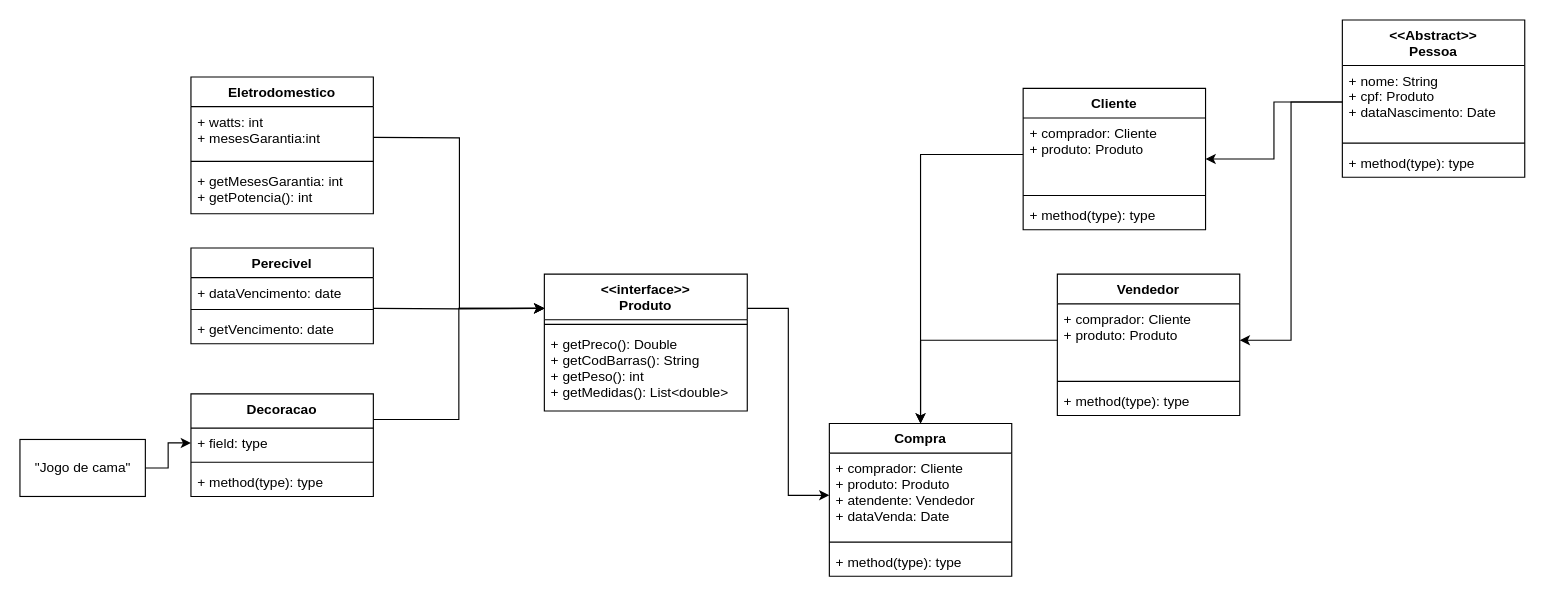
jovi-j/projeto-lp2 keeps this draw.io diagram as ProjetoLP2.drawio. Above is the earlier version. Source tidied: cells renumbered, new cells numbered last; positions are measured from the earlier drawing's top-left corner, leaving out a move shared by most shapes. Both pictures are drawn from the tidied source at 114%, with x=0, y=0 at pixel (19, 19).
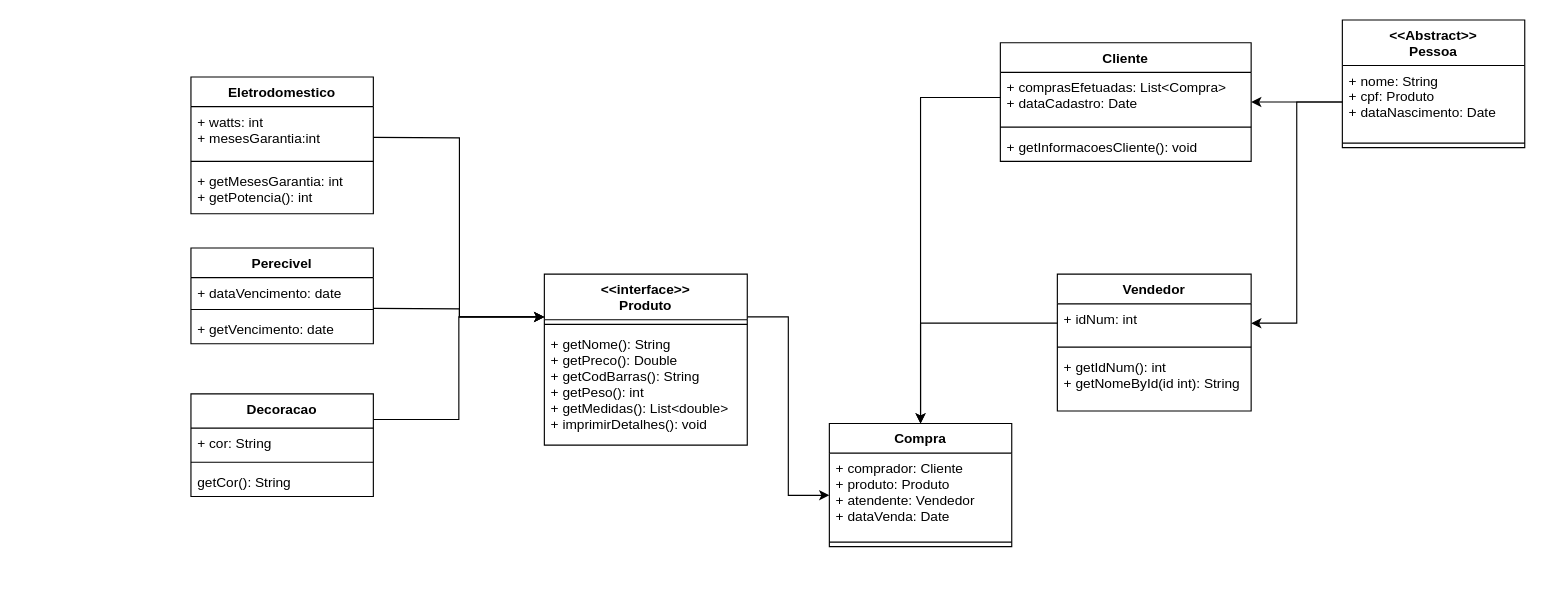
The same page after the edit.

What changed in the source:
```diff
@@
     <mxCell id="3" value="&lt;&lt;interface&gt;&gt;&#10;Produto" style="swimlane;fontStyle=1;align=center;verticalAlign=top;horizontal=1;startSize=40;" parent="1" vertex="1">
-      <mxGeometry x="460" y="223" width="178" height="120" as="geometry" />
+      <mxGeometry x="460" y="223" width="178" height="150" as="geometry" />
     </mxCell>
@@
-    <mxCell id="5" value="+ getPreco(): Double&#10;+ getCodBarras(): String&#10;+ getPeso(): int&#10;+ getMedidas(): List&lt;double&gt;&#10;" style="text;strokeColor=none;fillColor=none;align=left;verticalAlign=top;spacingLeft=4;spacingRight=4;overflow=hidden;" parent="3" vertex="1">
-      <mxGeometry y="48" width="178" height="72" as="geometry" />
+    <mxCell id="5" value="+ getNome(): String&#10;+ getPreco(): Double&#10;+ getCodBarras(): String&#10;+ getPeso(): int&#10;+ getMedidas(): List&lt;double&gt;&#10;+ imprimirDetalhes(): void&#10;" style="text;strokeColor=none;fillColor=none;align=left;verticalAlign=top;spacingLeft=4;spacingRight=4;overflow=hidden;" parent="3" vertex="1">
+      <mxGeometry y="48" width="178" height="102" as="geometry" />
     </mxCell>
@@
-    <mxCell id="9" value="Decoracao&#10;" style="swimlane;fontStyle=1;align=center;verticalAlign=top;horizontal=1;startSize=30;" parent="1" vertex="1">
+    <mxCell id="9" value="Decoracao" style="swimlane;fontStyle=1;align=center;verticalAlign=top;horizontal=1;startSize=30;" parent="1" vertex="1">
       <mxGeometry x="150" y="328" width="160" height="90" as="geometry" />
     </mxCell>
-    <mxCell id="10" value="+ field: type" style="text;strokeColor=none;fillColor=none;align=left;verticalAlign=top;spacingLeft=4;spacingRight=4;overflow=hidden;points=[[0,0.5],[1,0.5]];portConstraint=eastwest;" parent="9" vertex="1">
+    <mxCell id="10" value="+ cor: String" style="text;strokeColor=none;fillColor=none;align=left;verticalAlign=top;spacingLeft=4;spacingRight=4;overflow=hidden;points=[[0,0.5],[1,0.5]];portConstraint=eastwest;" parent="9" vertex="1">
       <mxGeometry y="30" width="160" height="26" as="geometry" />
     </mxCell>
@@
-    <mxCell id="12" value="+ method(type): type" style="text;strokeColor=none;fillColor=none;align=left;verticalAlign=top;spacingLeft=4;spacingRight=4;overflow=hidden;" parent="9" vertex="1">
+    <mxCell id="12" value="getCor(): String" style="text;strokeColor=none;fillColor=none;align=left;verticalAlign=top;spacingLeft=4;spacingRight=4;overflow=hidden;" parent="9" vertex="1">
       <mxGeometry y="64" width="160" height="26" as="geometry" />
     </mxCell>
     <mxCell id="13" value="Cliente" style="swimlane;fontStyle=1;align=center;verticalAlign=top;horizontal=1;startSize=26;" parent="1" vertex="1">
-      <mxGeometry x="880" y="60" width="160" height="124" as="geometry" />
+      <mxGeometry x="860" y="20" width="220" height="104" as="geometry" />
     </mxCell>
-    <mxCell id="14" value="+ comprador: Cliente&#10;+ produto: Produto&#10;" style="text;strokeColor=none;fillColor=none;align=left;verticalAlign=top;spacingLeft=4;spacingRight=4;overflow=hidden;points=[[0,0.5],[1,0.5]];portConstraint=eastwest;" parent="13" vertex="1">
-      <mxGeometry y="26" width="160" height="64" as="geometry" />
+    <mxCell id="14" value="+ comprasEfetuadas: List&lt;Compra&gt;&#10;+ dataCadastro: Date" style="text;strokeColor=none;fillColor=none;align=left;verticalAlign=top;spacingLeft=4;spacingRight=4;overflow=hidden;points=[[0,0.5],[1,0.5]];portConstraint=eastwest;" parent="13" vertex="1">
+      <mxGeometry y="26" width="220" height="44" as="geometry" />
     </mxCell>
     <mxCell id="15" style="line;strokeWidth=1;fillColor=none;align=left;verticalAlign=middle;spacingTop=-1;spacingLeft=3;spacingRight=3;labelPosition=right;strokeColor=inherit;" parent="13" vertex="1">
-      <mxGeometry y="90" width="160" height="8" as="geometry" />
+      <mxGeometry y="70" width="220" height="8" as="geometry" />
     </mxCell>
-    <mxCell id="16" value="+ method(type): type" style="text;strokeColor=none;fillColor=none;align=left;verticalAlign=top;spacingLeft=4;spacingRight=4;overflow=hidden;" parent="13" vertex="1">
-      <mxGeometry y="98" width="160" height="26" as="geometry" />
+    <mxCell id="16" value="+ getInformacoesCliente(): void" style="text;strokeColor=none;fillColor=none;align=left;verticalAlign=top;spacingLeft=4;spacingRight=4;overflow=hidden;" parent="13" vertex="1">
+      <mxGeometry y="78" width="220" height="26" as="geometry" />
     </mxCell>
@@
-    <mxCell id="18" style="edgeStyle=orthogonalEdgeStyle;rounded=0;jettySize=auto;html=1;exitX=1;exitY=0.5;exitDx=0;exitDy=0;entryX=0;entryY=0.5;entryDx=0;entryDy=0;" parent="1" edge="1" source="19" target="10">
-      <mxGeometry relative="1" as="geometry" />
-    </mxCell>
-    <mxCell id="19" value="&quot;Jogo de cama&quot;" style="html=1;" parent="1" vertex="1">
-      <mxGeometry y="368" width="110" height="50" as="geometry" />
-    </mxCell>
     <mxCell id="20" value="Compra" style="swimlane;fontStyle=1;align=center;verticalAlign=top;horizontal=1;startSize=26;" parent="1" vertex="1">
-      <mxGeometry x="710" y="354" width="160" height="134" as="geometry" />
+      <mxGeometry x="710" y="354" width="160" height="108" as="geometry" />
     </mxCell>
@@
-    <mxCell id="23" value="+ method(type): type" style="text;strokeColor=none;fillColor=none;align=left;verticalAlign=top;spacingLeft=4;spacingRight=4;overflow=hidden;" parent="20" vertex="1">
-      <mxGeometry y="108" width="160" height="26" as="geometry" />
-    </mxCell>
@@
     <mxCell id="32" value="&lt;&lt;Abstract&gt;&gt;&#10;Pessoa" style="swimlane;fontStyle=1;align=center;verticalAlign=top;horizontal=1;startSize=40;" parent="1" vertex="1">
-      <mxGeometry x="1160" width="160" height="138" as="geometry" />
+      <mxGeometry x="1160" width="160" height="112" as="geometry" />
     </mxCell>
@@
-    <mxCell id="35" value="+ method(type): type" style="text;strokeColor=none;fillColor=none;align=left;verticalAlign=top;spacingLeft=4;spacingRight=4;overflow=hidden;" parent="32" vertex="1">
-      <mxGeometry y="112" width="160" height="26" as="geometry" />
-    </mxCell>
     <mxCell id="36" value="Vendedor&#10;" style="swimlane;fontStyle=1;align=center;verticalAlign=top;horizontal=1;startSize=26;" parent="1" vertex="1">
-      <mxGeometry x="910" y="223" width="160" height="124" as="geometry" />
+      <mxGeometry x="910" y="223" width="170" height="120" as="geometry" />
     </mxCell>
-    <mxCell id="37" value="+ comprador: Cliente&#10;+ produto: Produto&#10;" style="text;strokeColor=none;fillColor=none;align=left;verticalAlign=top;spacingLeft=4;spacingRight=4;overflow=hidden;points=[[0,0.5],[1,0.5]];portConstraint=eastwest;" parent="36" vertex="1">
-      <mxGeometry y="26" width="160" height="64" as="geometry" />
+    <mxCell id="37" value="+ idNum: int&#10;" style="text;strokeColor=none;fillColor=none;align=left;verticalAlign=top;spacingLeft=4;spacingRight=4;overflow=hidden;points=[[0,0.5],[1,0.5]];portConstraint=eastwest;" parent="36" vertex="1">
+      <mxGeometry y="26" width="170" height="34" as="geometry" />
     </mxCell>
     <mxCell id="38" style="line;strokeWidth=1;fillColor=none;align=left;verticalAlign=middle;spacingTop=-1;spacingLeft=3;spacingRight=3;labelPosition=right;strokeColor=inherit;" parent="36" vertex="1">
-      <mxGeometry y="90" width="160" height="8" as="geometry" />
+      <mxGeometry y="60" width="170" height="8" as="geometry" />
     </mxCell>
-    <mxCell id="39" value="+ method(type): type" style="text;strokeColor=none;fillColor=none;align=left;verticalAlign=top;spacingLeft=4;spacingRight=4;overflow=hidden;" parent="36" vertex="1">
-      <mxGeometry y="98" width="160" height="26" as="geometry" />
+    <mxCell id="39" value="+ getIdNum(): int&#10;+ getNomeById(id int): String" style="text;strokeColor=none;fillColor=none;align=left;verticalAlign=top;spacingLeft=4;spacingRight=4;overflow=hidden;" parent="36" vertex="1">
+      <mxGeometry y="68" width="170" height="52" as="geometry" />
     </mxCell>
```
